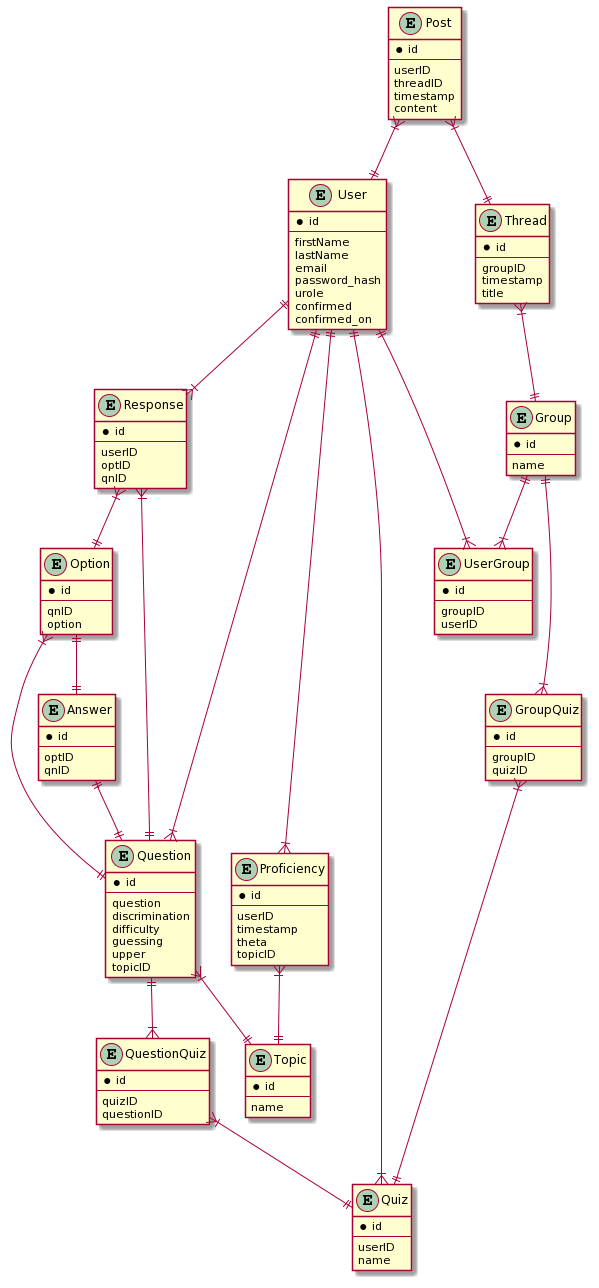
Orbital-Knewbie/Knewbie keeps this PlantUML diagram as docs/diagrams/Database.png. Above is the earlier version.
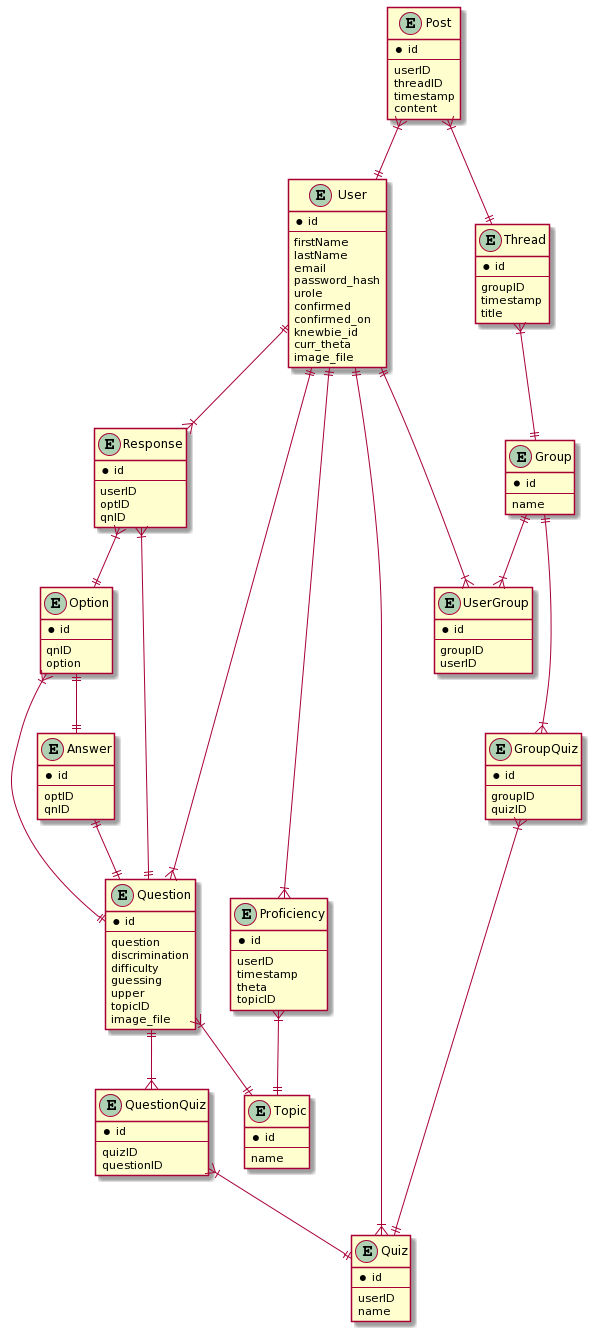
The same file after the commit.

What changed in the source:
```diff
@@ -10,6 +10,9 @@
 urole
 confirmed
 confirmed_on
+knewbie_id
+curr_theta
+image_file
 }
 
 entity Response {
@@ -29,6 +32,7 @@
 guessing
 upper
 topicID
+image_file
 }
 
 entity Option {
```
